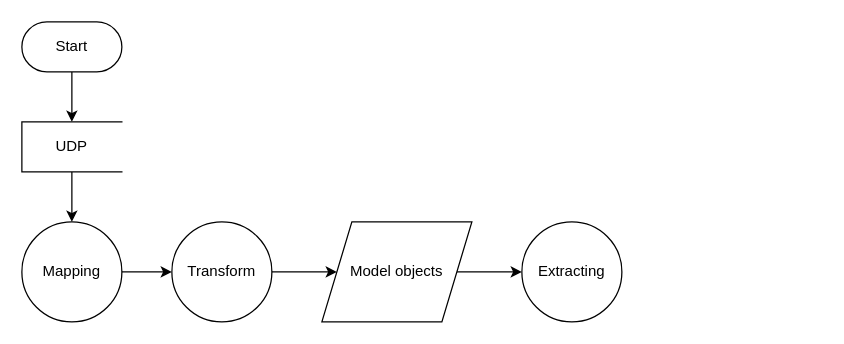
Before: CEP_UDP_SFTP.drawio in EpicM97/EpicM, a draw.io diagram. Source tidied: cells renumbered, new cells numbered last; positions are measured from the earlier drawing's top-left corner, leaving out a move shared by most shapes. Both pictures are drawn from the tidied source at 125%, with x=0, y=0 at pixel (21, 21).
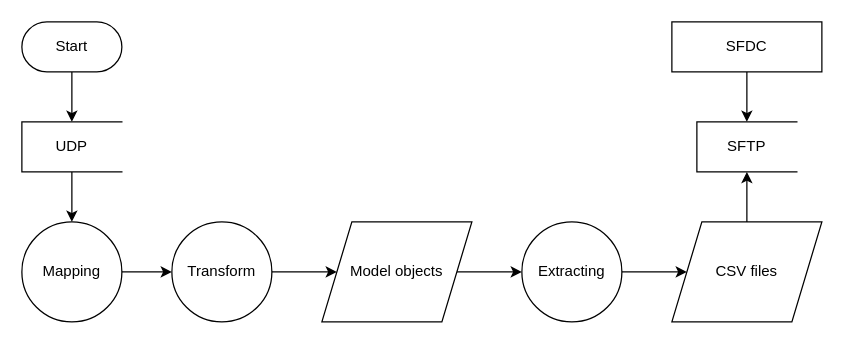
The same diagram, later.

Change to the diagram source:
```diff
@@
 <mxGraphModel>
   <root>
     <mxCell id="0" />
     <mxCell id="1" parent="0" />
     <mxCell id="2" style="edgeStyle=orthogonalEdgeStyle;rounded=0;jettySize=auto;html=1;" parent="1" edge="1" source="3" target="8">
       <mxGeometry relative="1" as="geometry" />
     </mxCell>
     <mxCell id="3" value="Start" style="html=1;dashed=0;whiteSpace=wrap;shape=mxgraph.dfd.start;" parent="1" vertex="1">
       <mxGeometry width="80" height="40" as="geometry" />
     </mxCell>
     <mxCell id="4" style="edgeStyle=orthogonalEdgeStyle;rounded=0;jettySize=auto;html=1;entryX=0;entryY=0.5;entryDx=0;entryDy=0;" parent="1" edge="1" source="5" target="11">
       <mxGeometry relative="1" as="geometry" />
     </mxCell>
     <mxCell id="5" value="Mapping" style="shape=ellipse;html=1;dashed=0;whiteSpace=wrap;perimeter=ellipsePerimeter;" parent="1" vertex="1">
       <mxGeometry y="160" width="80" height="80" as="geometry" />
     </mxCell>
     <mxCell id="6" style="edgeStyle=orthogonalEdgeStyle;rounded=0;jettySize=auto;html=1;entryX=0;entryY=0.5;entryDx=0;entryDy=0;exitX=1;exitY=0.5;exitDx=0;exitDy=0;" parent="1" edge="1" source="11" target="10">
       <mxGeometry relative="1" as="geometry" />
     </mxCell>
     <mxCell id="7" style="edgeStyle=orthogonalEdgeStyle;rounded=0;jettySize=auto;html=1;entryX=0.5;entryY=0;entryDx=0;entryDy=0;" parent="1" edge="1" source="8" target="5">
       <mxGeometry relative="1" as="geometry" />
     </mxCell>
     <mxCell id="8" value="UDP" style="html=1;dashed=0;whiteSpace=wrap;shape=partialRectangle;right=0;" parent="1" vertex="1">
       <mxGeometry y="80" width="80" height="40" as="geometry" />
     </mxCell>
     <mxCell id="9" style="edgeStyle=orthogonalEdgeStyle;rounded=0;jettySize=auto;html=1;entryX=0;entryY=0.5;entryDx=0;entryDy=0;" parent="1" edge="1" source="10" target="12">
       <mxGeometry relative="1" as="geometry" />
     </mxCell>
     <mxCell id="10" value="Model objects" style="shape=parallelogram;perimeter=parallelogramPerimeter;whiteSpace=wrap;html=1;dashed=0;" parent="1" vertex="1">
       <mxGeometry x="240" y="160" width="120" height="80" as="geometry" />
     </mxCell>
     <mxCell id="11" value="Transform" style="shape=ellipse;html=1;dashed=0;whiteSpace=wrap;perimeter=ellipsePerimeter;" parent="1" vertex="1">
       <mxGeometry x="120" y="160" width="80" height="80" as="geometry" />
     </mxCell>
+    <mxCell id="13" style="edgeStyle=orthogonalEdgeStyle;rounded=0;jettySize=auto;html=1;entryX=0;entryY=0.5;entryDx=0;entryDy=0;" parent="1" edge="1" source="12" target="16">
+      <mxGeometry relative="1" as="geometry" />
+    </mxCell>
     <mxCell id="12" value="Extracting" style="shape=ellipse;html=1;dashed=0;whiteSpace=wrap;perimeter=ellipsePerimeter;" parent="1" vertex="1">
       <mxGeometry x="400" y="160" width="80" height="80" as="geometry" />
     </mxCell>
+    <mxCell id="14" value="SFTP" style="html=1;dashed=0;whiteSpace=wrap;shape=partialRectangle;right=0;" parent="1" vertex="1">
+      <mxGeometry x="540" y="80" width="80" height="40" as="geometry" />
+    </mxCell>
+    <mxCell id="15" style="edgeStyle=orthogonalEdgeStyle;rounded=0;jettySize=auto;html=1;entryX=0.5;entryY=1;entryDx=0;entryDy=0;" parent="1" edge="1" source="16" target="14">
+      <mxGeometry relative="1" as="geometry" />
+    </mxCell>
+    <mxCell id="16" value="CSV files" style="shape=parallelogram;perimeter=parallelogramPerimeter;whiteSpace=wrap;html=1;dashed=0;" parent="1" vertex="1">
+      <mxGeometry x="520" y="160" width="120" height="80" as="geometry" />
+    </mxCell>
+    <mxCell id="17" style="edgeStyle=orthogonalEdgeStyle;rounded=0;jettySize=auto;html=1;entryX=0.5;entryY=0;entryDx=0;entryDy=0;" parent="1" edge="1" source="18" target="14">
+      <mxGeometry relative="1" as="geometry" />
+    </mxCell>
+    <mxCell id="18" value="SFDC" style="html=1;dashed=0;whiteSpace=wrap;" parent="1" vertex="1">
+      <mxGeometry x="520" width="120" height="40" as="geometry" />
+    </mxCell>
   </root>
 </mxGraphModel>
```
